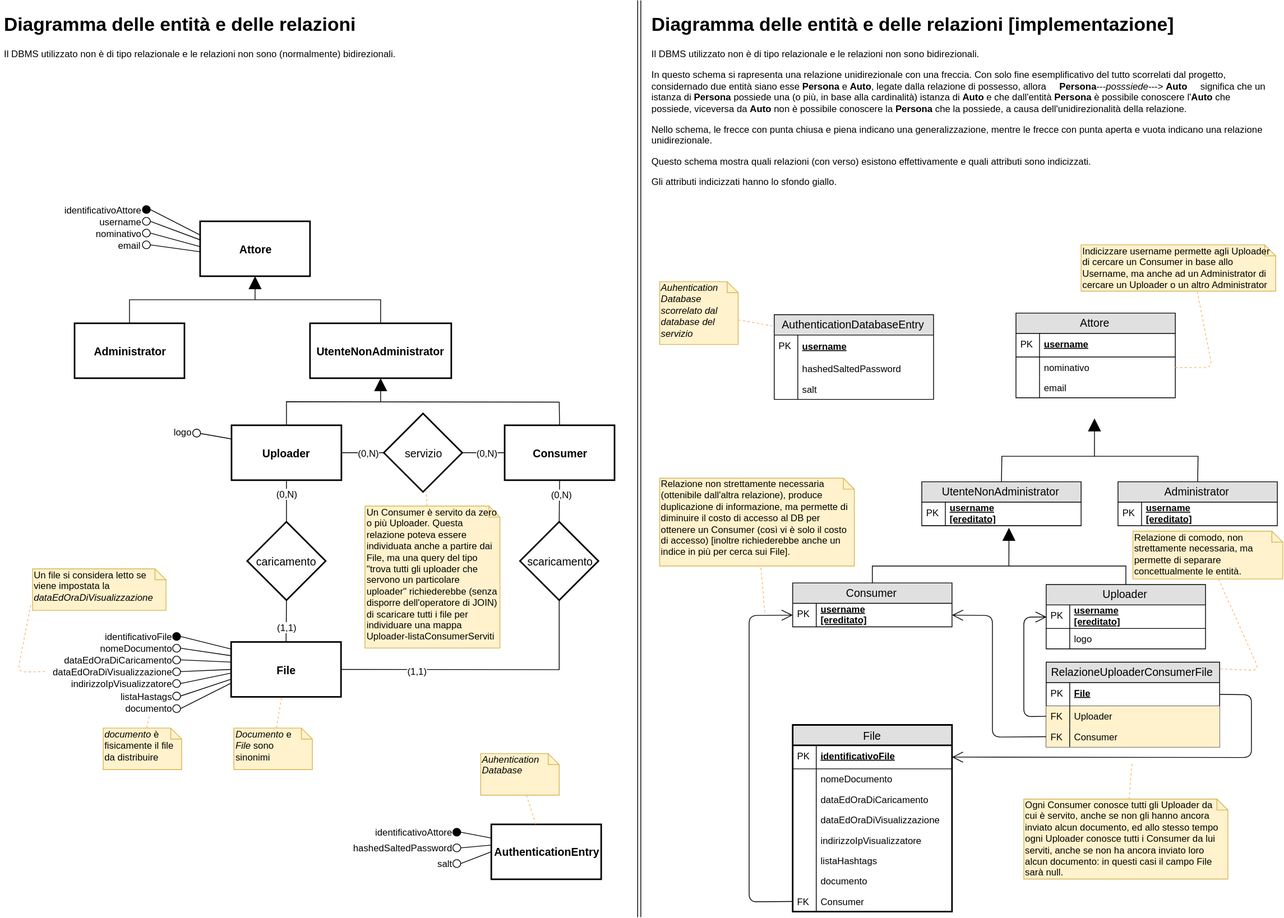
Earlier version of the draw.io export algoritmi schemi e note progettuali/diagramma ER/diagramma_er.svg (matteoferfoglia/progetto-progrweb-2020). Source tidied: cells renumbered, new cells last; positions are measured from the earlier drawing's top-left corner, leaving out a move shared by most shapes.
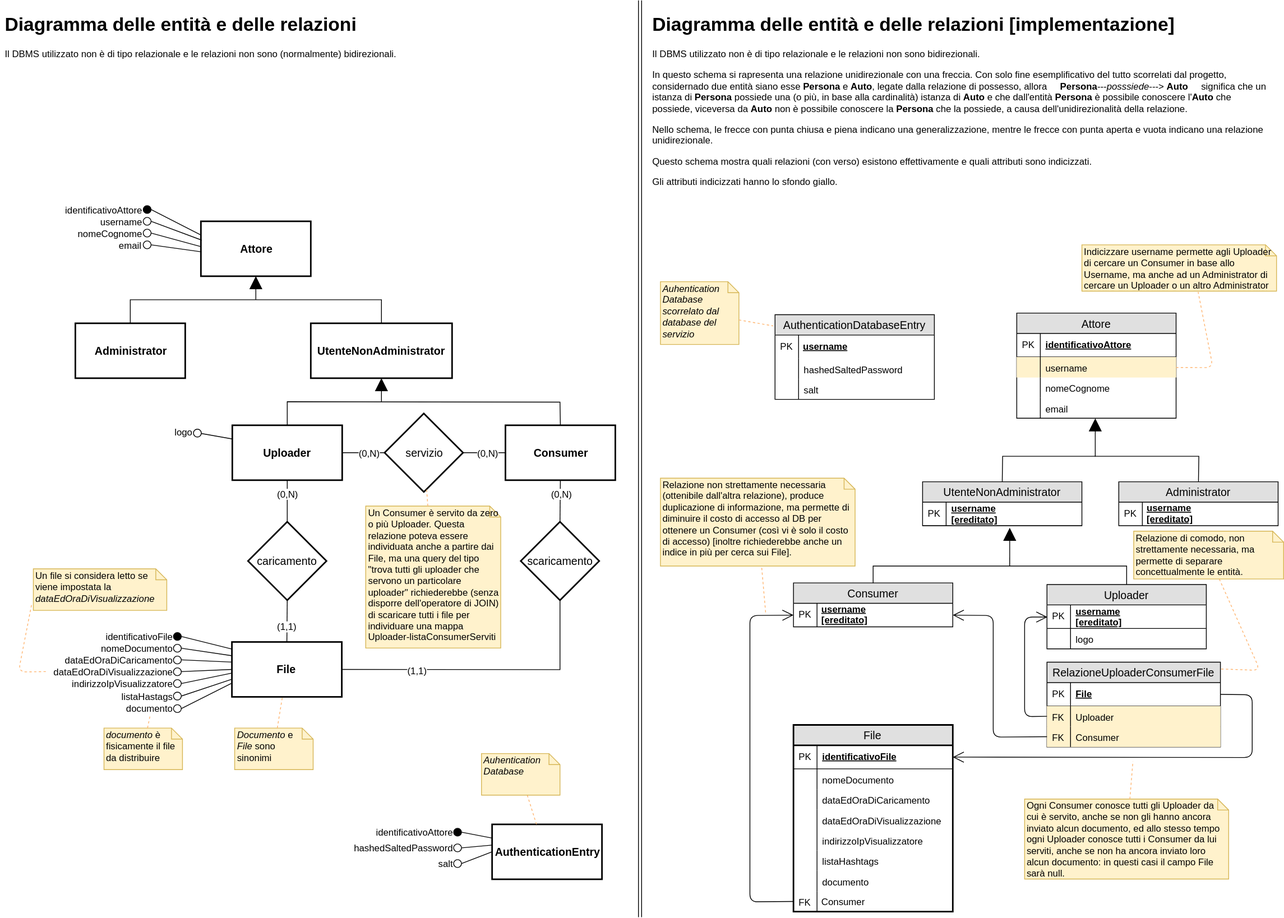
Later version of the same file.

Diff of the diagram source:
```diff
@@ -624,22 +624,28 @@
       </mxGeometry>
     </mxCell>
     <mxCell id="188" value="Attore" style="swimlane;fontStyle=0;horizontal=1;startSize=26;fillColor=#e0e0e0;swimlaneFillColor=#ffffff;align=center;fontSize=14;" parent="1" vertex="1">
-      <mxGeometry x="1294" y="398.5" width="203" height="108" as="geometry" />
+      <mxGeometry x="1294" y="398.5" width="203" height="134" as="geometry" />
     </mxCell>
-    <mxCell id="189" value="username" style="shape=partialRectangle;top=0;left=0;right=0;bottom=1;align=left;verticalAlign=middle;spacingLeft=34;spacingRight=4;overflow=hidden;fontStyle=5;fontSize=12;fillColor=none;" parent="188" vertex="1">
+    <mxCell id="189" value="identificativoAttore" style="shape=partialRectangle;top=0;left=0;right=0;bottom=1;align=left;verticalAlign=middle;spacingLeft=34;spacingRight=4;overflow=hidden;fontStyle=5;fontSize=12;fillColor=none;" parent="188" vertex="1">
       <mxGeometry y="26" width="203" height="30" as="geometry" />
     </mxCell>
     <mxCell id="190" value="PK" style="shape=partialRectangle;top=0;left=0;bottom=0;fillColor=none;align=left;verticalAlign=middle;spacingLeft=4;spacingRight=4;overflow=hidden;fontSize=12;" parent="189" vertex="1">
       <mxGeometry width="30" height="30" as="geometry" />
     </mxCell>
+    <mxCell id="215" value="username" style="shape=partialRectangle;top=0;left=0;right=0;bottom=0;align=left;verticalAlign=top;fillColor=#fff2cc;spacingLeft=34;spacingRight=4;overflow=hidden;fontSize=12;strokeColor=#d6b656;" parent="188" vertex="1">
+      <mxGeometry y="56" width="203" height="26" as="geometry" />
+    </mxCell>
+    <mxCell id="216" style="shape=partialRectangle;top=0;left=0;bottom=0;fillColor=none;align=left;verticalAlign=top;spacingLeft=4;spacingRight=4;overflow=hidden;fontSize=12;" parent="215" vertex="1">
+      <mxGeometry width="30" height="26" as="geometry" />
+    </mxCell>
     <mxCell id="191" value="nomeCognome" style="shape=partialRectangle;top=0;left=0;right=0;bottom=0;align=left;verticalAlign=top;fillColor=none;spacingLeft=34;spacingRight=4;overflow=hidden;fontSize=12;" parent="188" vertex="1">
-      <mxGeometry y="56" width="203" height="26" as="geometry" />
+      <mxGeometry y="82" width="203" height="26" as="geometry" />
     </mxCell>
     <mxCell id="192" style="shape=partialRectangle;top=0;left=0;bottom=0;fillColor=none;align=left;verticalAlign=top;spacingLeft=4;spacingRight=4;overflow=hidden;fontSize=12;" parent="191" vertex="1">
       <mxGeometry width="30" height="26" as="geometry" />
     </mxCell>
     <mxCell id="193" value="email" style="shape=partialRectangle;top=0;left=0;right=0;bottom=0;align=left;verticalAlign=top;fillColor=none;spacingLeft=34;spacingRight=4;overflow=hidden;fontSize=12;" parent="188" vertex="1">
-      <mxGeometry y="82" width="203" height="26" as="geometry" />
+      <mxGeometry y="108" width="203" height="26" as="geometry" />
     </mxCell>
     <mxCell id="194" style="shape=partialRectangle;top=0;left=0;bottom=0;fillColor=none;align=left;verticalAlign=top;spacingLeft=4;spacingRight=4;overflow=hidden;fontSize=12;" parent="193" vertex="1">
       <mxGeometry width="30" height="26" as="geometry" />
```
